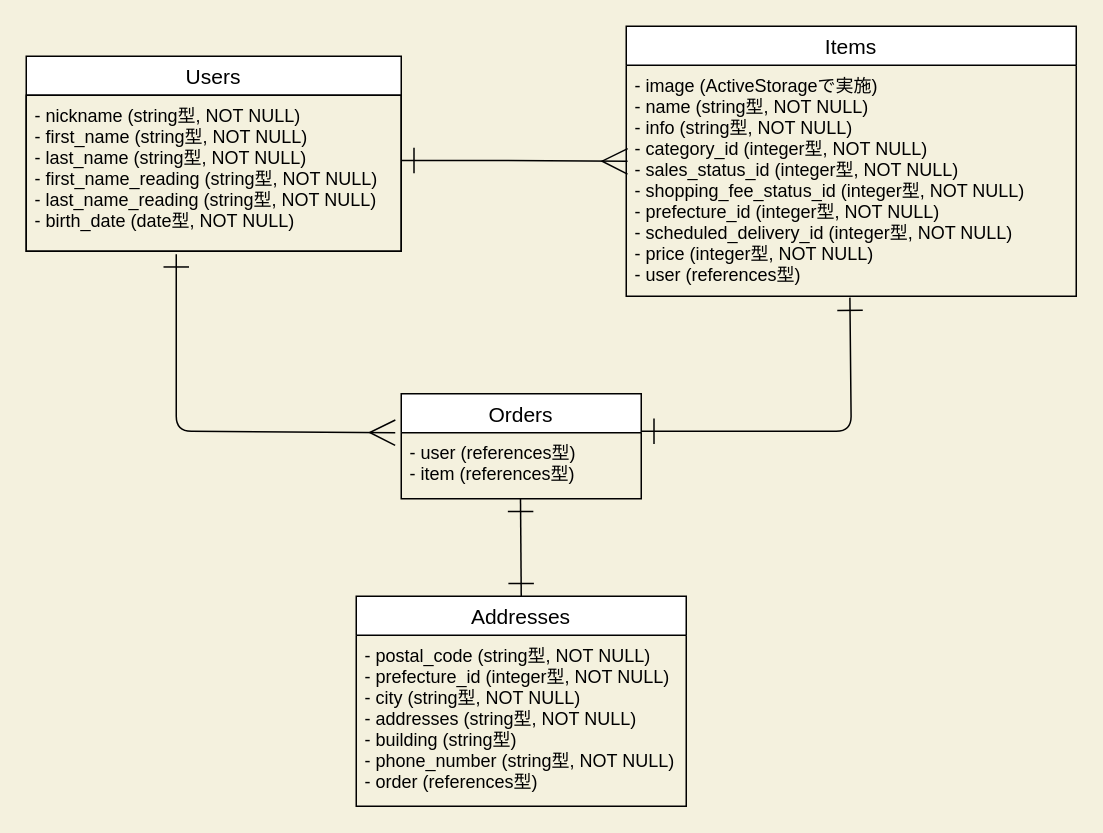
This is furima-32482.dio from Hasumi-Uehara/furima-32482, a draw.io file, before an edit. Source tidied: cells renumbered, new cells numbered last; positions are measured from the earlier drawing's top-left corner, leaving out a move shared by most shapes. Both pictures are drawn from the tidied source at 150%, with x=0, y=0 at pixel (26, 26).
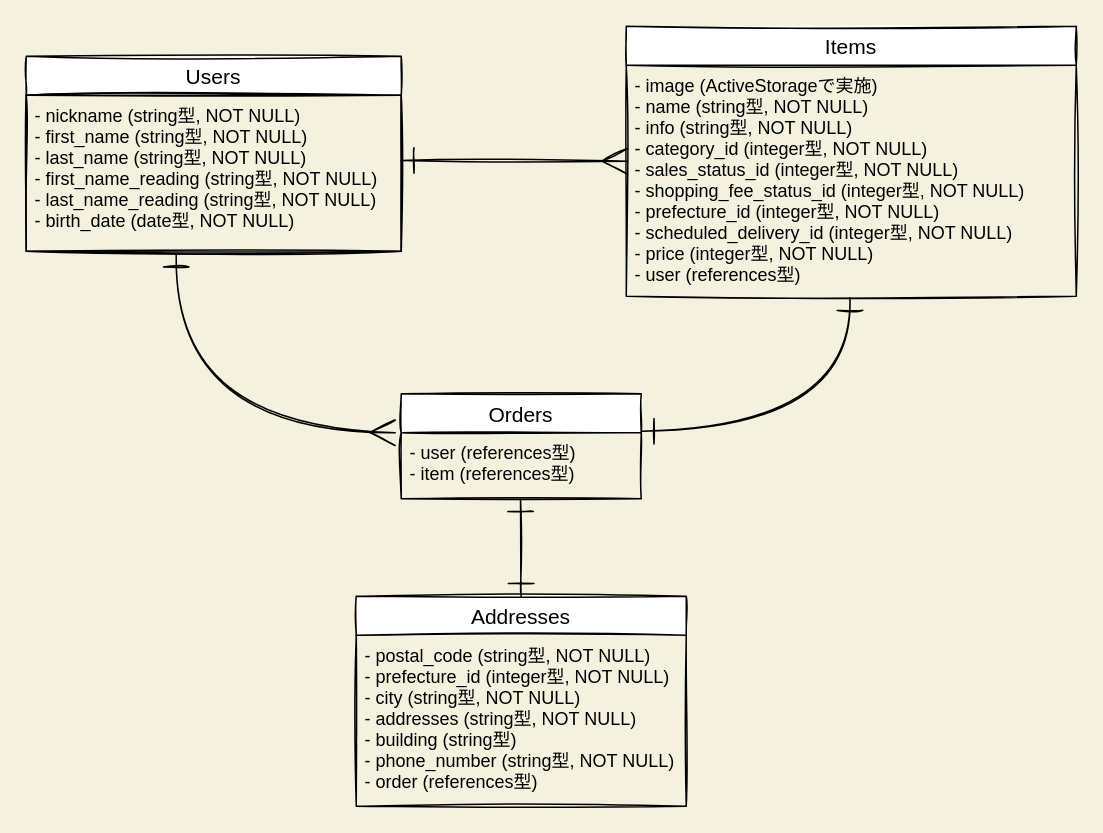
Above is the later version.

Commit message:
【蛇足】ER図を手書き風にした

Change to the diagram source:
```diff
@@
 <mxGraphModel background="#F4F1DE">
   <root>
     <mxCell id="0" />
     <mxCell id="1" parent="0" />
-    <mxCell id="2" value="Users" style="swimlane;fontStyle=0;horizontal=1;startSize=26;align=center;fontSize=14;" parent="1" vertex="1">
+    <mxCell id="2" value="Users" style="swimlane;fontStyle=0;horizontal=1;startSize=26;align=center;fontSize=14;sketch=1;" parent="1" vertex="1">
       <mxGeometry y="20" width="250" height="130" as="geometry" />
     </mxCell>
-    <mxCell id="3" value="Items" style="swimlane;fontStyle=0;horizontal=1;startSize=26;align=center;fontSize=14;labelBackgroundColor=none;strokeColor=#000000;" parent="1" vertex="1">
+    <mxCell id="3" value="Items" style="swimlane;fontStyle=0;horizontal=1;startSize=26;align=center;fontSize=14;labelBackgroundColor=none;strokeColor=#000000;sketch=1;" parent="1" vertex="1">
       <mxGeometry x="400" width="300" height="180" as="geometry" />
     </mxCell>
-    <mxCell id="4" value="- image (ActiveStorageで実施)&#10;- name (string型, NOT NULL)&#10;- info (string型, NOT NULL)&#10;- category_id (integer型, NOT NULL)&#10;- sales_status_id (integer型, NOT NULL)&#10;- shopping_fee_status_id (integer型, NOT NULL)&#10;- prefecture_id (integer型, NOT NULL)&#10;- scheduled_delivery_id (integer型, NOT NULL)&#10;- price (integer型, NOT NULL)&#10;- user (references型)" style="text;strokeColor=none;fillColor=none;spacingLeft=4;spacingRight=4;overflow=hidden;points=[[0,0.5],[1,0.5]];portConstraint=eastwest;fontSize=12;fontColor=#000000;" parent="3" vertex="1">
+    <mxCell id="4" value="- image (ActiveStorageで実施)&#10;- name (string型, NOT NULL)&#10;- info (string型, NOT NULL)&#10;- category_id (integer型, NOT NULL)&#10;- sales_status_id (integer型, NOT NULL)&#10;- shopping_fee_status_id (integer型, NOT NULL)&#10;- prefecture_id (integer型, NOT NULL)&#10;- scheduled_delivery_id (integer型, NOT NULL)&#10;- price (integer型, NOT NULL)&#10;- user (references型)" style="text;strokeColor=none;fillColor=none;spacingLeft=4;spacingRight=4;overflow=hidden;points=[[0,0.5],[1,0.5]];portConstraint=eastwest;fontSize=12;fontColor=#000000;sketch=1;" parent="3" vertex="1">
       <mxGeometry y="26" width="300" height="154" as="geometry" />
     </mxCell>
-    <mxCell id="5" value="Orders" style="swimlane;fontStyle=0;horizontal=1;startSize=26;align=center;fontSize=14;labelBackgroundColor=none;strokeColor=#000000;" parent="1" vertex="1">
+    <mxCell id="5" value="Orders" style="swimlane;fontStyle=0;horizontal=1;startSize=26;align=center;fontSize=14;labelBackgroundColor=none;strokeColor=#000000;sketch=1;" parent="1" vertex="1">
       <mxGeometry x="250" y="245" width="160" height="70" as="geometry" />
     </mxCell>
-    <mxCell id="6" value="- user (references型)&#10;- item (references型)&#10;" style="text;strokeColor=none;fillColor=none;spacingLeft=4;spacingRight=4;overflow=hidden;fontSize=12;fontColor=#000000;" parent="5" vertex="1">
+    <mxCell id="6" value="- user (references型)&#10;- item (references型)&#10;" style="text;strokeColor=none;fillColor=none;spacingLeft=4;spacingRight=4;overflow=hidden;fontSize=12;fontColor=#000000;sketch=1;" parent="5" vertex="1">
       <mxGeometry y="26" width="160" height="44" as="geometry" />
     </mxCell>
-    <mxCell id="7" value="Addresses" style="swimlane;fontStyle=0;horizontal=1;startSize=26;align=center;fontSize=14;labelBackgroundColor=none;strokeColor=#000000;" parent="1" vertex="1">
+    <mxCell id="7" value="Addresses" style="swimlane;fontStyle=0;horizontal=1;startSize=26;align=center;fontSize=14;labelBackgroundColor=none;strokeColor=#000000;sketch=1;" parent="1" vertex="1">
       <mxGeometry x="220" y="380" width="220" height="140" as="geometry" />
     </mxCell>
-    <mxCell id="8" value="- postal_code (string型, NOT NULL)&#10;- prefecture_id (integer型, NOT NULL)&#10;- city (string型, NOT NULL)&#10;- addresses (string型, NOT NULL)&#10;- building (string型)&#10;- phone_number (string型, NOT NULL)&#10;- order (references型)" style="text;strokeColor=none;fillColor=none;spacingLeft=4;spacingRight=4;overflow=hidden;fontSize=12;fontColor=#000000;" parent="7" vertex="1">
+    <mxCell id="8" value="- postal_code (string型, NOT NULL)&#10;- prefecture_id (integer型, NOT NULL)&#10;- city (string型, NOT NULL)&#10;- addresses (string型, NOT NULL)&#10;- building (string型)&#10;- phone_number (string型, NOT NULL)&#10;- order (references型)" style="text;strokeColor=none;fillColor=none;spacingLeft=4;spacingRight=4;overflow=hidden;fontSize=12;fontColor=#000000;sketch=1;" parent="7" vertex="1">
       <mxGeometry y="26" width="220" height="114" as="geometry" />
     </mxCell>
-    <mxCell id="9" value="- nickname (string型, NOT NULL)&#10;- first_name (string型, NOT NULL)&#10;- last_name (string型, NOT NULL)&#10;- first_name_reading (string型, NOT NULL)&#10;- last_name_reading (string型, NOT NULL)&#10;- birth_date (date型, NOT NULL)" style="text;fillColor=none;spacingLeft=4;spacingRight=4;overflow=hidden;points=[[0,0.5],[1,0.5]];portConstraint=eastwest;fontSize=12;labelBackgroundColor=none;fontColor=#000000;strokeColor=#000000;" parent="1" vertex="1">
+    <mxCell id="9" value="- nickname (string型, NOT NULL)&#10;- first_name (string型, NOT NULL)&#10;- last_name (string型, NOT NULL)&#10;- first_name_reading (string型, NOT NULL)&#10;- last_name_reading (string型, NOT NULL)&#10;- birth_date (date型, NOT NULL)" style="text;fillColor=none;spacingLeft=4;spacingRight=4;overflow=hidden;points=[[0,0.5],[1,0.5]];portConstraint=eastwest;fontSize=12;labelBackgroundColor=none;fontColor=#000000;strokeColor=#000000;sketch=1;" parent="1" vertex="1">
       <mxGeometry y="46" width="250" height="104" as="geometry" />
     </mxCell>
-    <mxCell id="10" style="fontSize=12;html=1;endArrow=ERmany;startArrow=ERone;strokeColor=#000000;elbow=vertical;exitX=0.4;exitY=1.019;exitDx=0;exitDy=0;exitPerimeter=0;entryX=-0.025;entryY=0.371;entryDx=0;entryDy=0;entryPerimeter=0;startFill=0;endFill=0;endSize=15;startSize=15;" parent="1" edge="1" source="9" target="5">
+    <mxCell id="10" style="fontSize=12;html=1;endArrow=ERmany;startArrow=ERone;strokeColor=#000000;elbow=vertical;exitX=0.4;exitY=1.019;exitDx=0;exitDy=0;exitPerimeter=0;entryX=-0.025;entryY=0.371;entryDx=0;entryDy=0;entryPerimeter=0;startFill=0;endFill=0;endSize=15;startSize=15;sketch=1;curved=1;" parent="1" edge="1" source="9" target="5">
       <mxGeometry relative="1" as="geometry">
         <Array as="points">
           <mxPoint x="100" y="270" />
         </Array>
       </mxGeometry>
     </mxCell>
-    <mxCell id="11" style="fontSize=12;html=1;endArrow=ERone;endFill=0;strokeColor=#000000;entryX=0.497;entryY=1.006;entryDx=0;entryDy=0;entryPerimeter=0;startArrow=ERone;startFill=0;endSize=15;startSize=15;" parent="1" edge="1" target="4">
+    <mxCell id="11" style="fontSize=12;html=1;endArrow=ERone;endFill=0;strokeColor=#000000;entryX=0.497;entryY=1.006;entryDx=0;entryDy=0;entryPerimeter=0;startArrow=ERone;startFill=0;endSize=15;startSize=15;sketch=1;curved=1;" parent="1" edge="1" target="4">
       <mxGeometry relative="1" as="geometry">
         <mxPoint x="410" y="270" as="sourcePoint" />
         <Array as="points">
           <mxPoint x="550" y="270" />
         </Array>
       </mxGeometry>
     </mxCell>
-    <mxCell id="12" style="fontSize=12;html=1;endArrow=ERmany;startArrow=ERone;strokeColor=#000000;entryX=0.003;entryY=0.416;entryDx=0;entryDy=0;entryPerimeter=0;startFill=0;endFill=0;endSize=15;startSize=15;" parent="1" edge="1" target="4">
+    <mxCell id="12" style="fontSize=12;html=1;endArrow=ERmany;startArrow=ERone;strokeColor=#000000;entryX=0.003;entryY=0.416;entryDx=0;entryDy=0;entryPerimeter=0;startFill=0;endFill=0;endSize=15;startSize=15;sketch=1;curved=1;" parent="1" edge="1" target="4">
       <mxGeometry relative="1" as="geometry">
         <mxPoint x="250" y="89.5" as="sourcePoint" />
         <Array as="points">
           <mxPoint x="310" y="89.5" />
         </Array>
       </mxGeometry>
     </mxCell>
-    <mxCell id="13" style="fontSize=12;html=1;endArrow=ERone;endFill=1;strokeColor=#000000;startArrow=ERone;startFill=0;endSize=15;startSize=15;" parent="1" edge="1">
+    <mxCell id="13" style="fontSize=12;html=1;endArrow=ERone;endFill=1;strokeColor=#000000;startArrow=ERone;startFill=0;endSize=15;startSize=15;sketch=1;curved=1;" parent="1" edge="1">
       <mxGeometry relative="1" as="geometry">
         <mxPoint x="330" y="380" as="sourcePoint" />
         <mxPoint x="329.5" y="315" as="targetPoint" />
       </mxGeometry>
     </mxCell>
   </root>
 </mxGraphModel>
```
